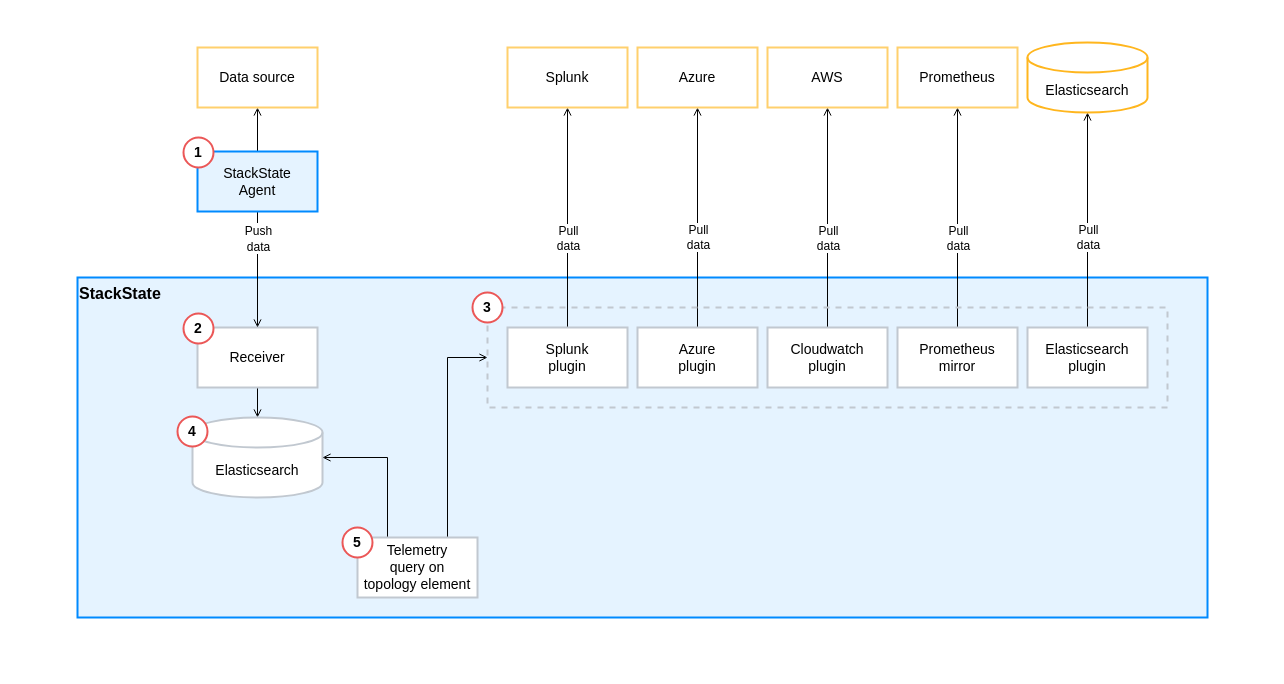
This is resources/drawio/telemetry-sync-2.drawio from StackVista/stackstate-docs, a draw.io file, before an edit. Source tidied: cells renumbered, new cells numbered last; positions are measured from the earlier drawing's top-left corner, leaving out a move shared by most shapes. Both pictures are drawn from the tidied source at 100%, with x=0, y=0 at pixel (17, 17).
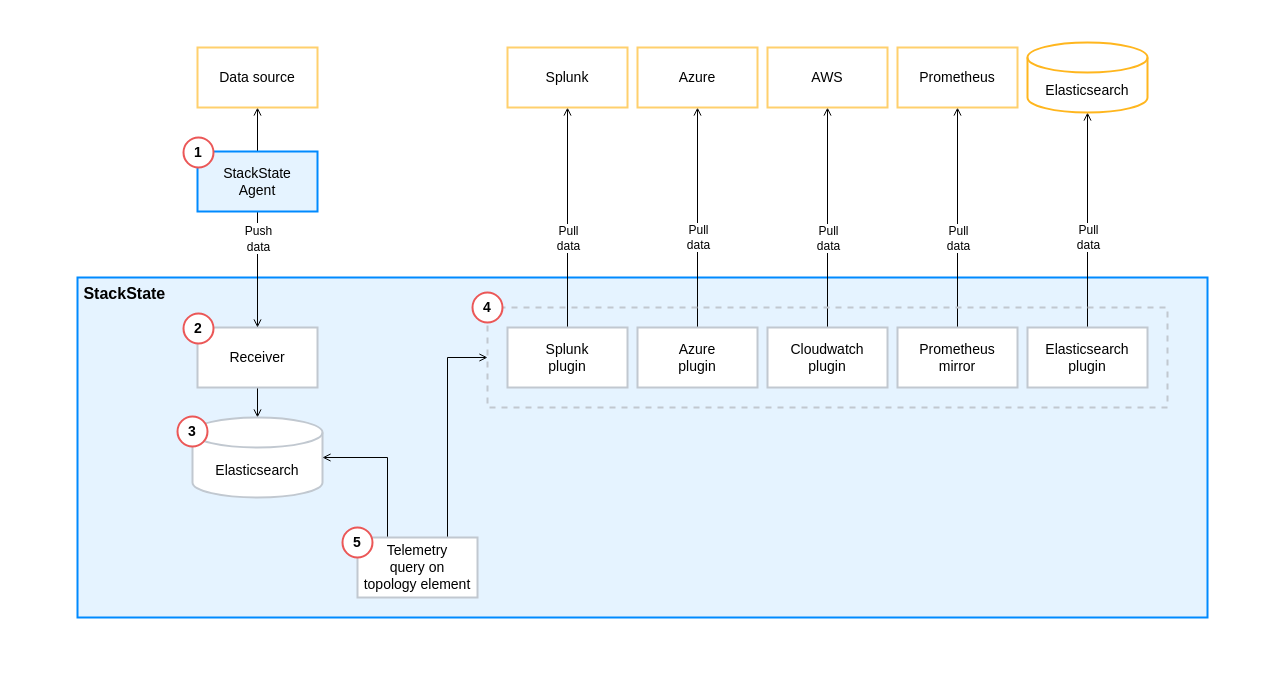
The same page after the edit.

The change refers to these unchanged cells:
```xml
<mxCell id="21" style="group;" parent="1" vertex="1">
  <mxGeometry x="175" y="400" width="130" height="80" as="geometry" />
</mxCell>
```

Change to the diagram source:
```diff
@@
-    <mxCell id="3" value="&lt;b&gt;&lt;font style=&quot;font-size: 16px&quot;&gt;StackState&lt;/font&gt;&lt;/b&gt;" style="rounded=0;whiteSpace=wrap;html=1;strokeWidth=2;strokeColor=#008AFF;arcSize=2;verticalAlign=top;fillColor=#008AFF;fillOpacity=10;align=left;" parent="1" vertex="1">
+    <mxCell id="3" value="&lt;b&gt;&lt;font style=&quot;font-size: 16px&quot;&gt;&amp;nbsp;StackState&lt;/font&gt;&lt;/b&gt;" style="rounded=0;whiteSpace=wrap;html=1;strokeWidth=2;strokeColor=#008AFF;arcSize=2;verticalAlign=top;fillColor=#008AFF;fillOpacity=10;align=left;" parent="1" vertex="1">
       <mxGeometry x="60" y="260" width="1130" height="340" as="geometry" />
     </mxCell>
@@
-    <mxCell id="24" value="&lt;b&gt;4&lt;/b&gt;" style="ellipse;whiteSpace=wrap;html=1;strokeWidth=2;fillColor=default;strokeColor=#EB5757;rounded=0;fontSize=14;align=center;verticalAlign=middle;" parent="21" vertex="1">
+    <mxCell id="24" value="&lt;b&gt;3&lt;/b&gt;" style="ellipse;whiteSpace=wrap;html=1;strokeWidth=2;fillColor=default;strokeColor=#EB5757;rounded=0;fontSize=14;align=center;verticalAlign=middle;" parent="21" vertex="1">
       <mxGeometry x="-15" y="-1" width="30" height="30" as="geometry" />
     </mxCell>
@@
-    <mxCell id="41" value="&lt;b&gt;3&lt;/b&gt;" style="ellipse;whiteSpace=wrap;html=1;strokeWidth=2;fillColor=default;strokeColor=#EB5757;rounded=0;fontSize=14;align=center;verticalAlign=middle;" parent="1" vertex="1">
+    <mxCell id="41" value="&lt;b&gt;4&lt;/b&gt;" style="ellipse;whiteSpace=wrap;html=1;strokeWidth=2;fillColor=default;strokeColor=#EB5757;rounded=0;fontSize=14;align=center;verticalAlign=middle;" parent="1" vertex="1">
       <mxGeometry x="455" y="275" width="30" height="30" as="geometry" />
     </mxCell>
```
